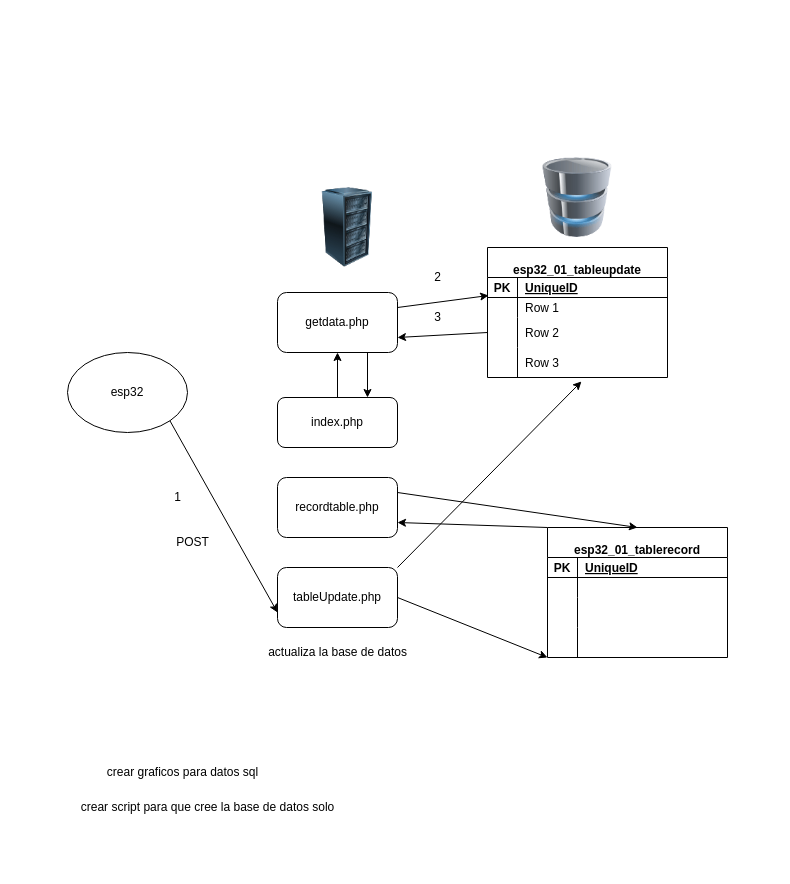
The draw.io diagram AAESTACIONM-MASTER-ASUBIR/conexion/draw.drawio in psiconervio/Esp32-Dashboard-Simplificado, before the edit. Source tidied: cells renumbered, new cells numbered last; positions are measured from the earlier drawing's top-left corner, leaving out a move shared by most shapes. Both pictures are drawn from the tidied source at 100%, with x=0, y=0 at pixel (67, 157).
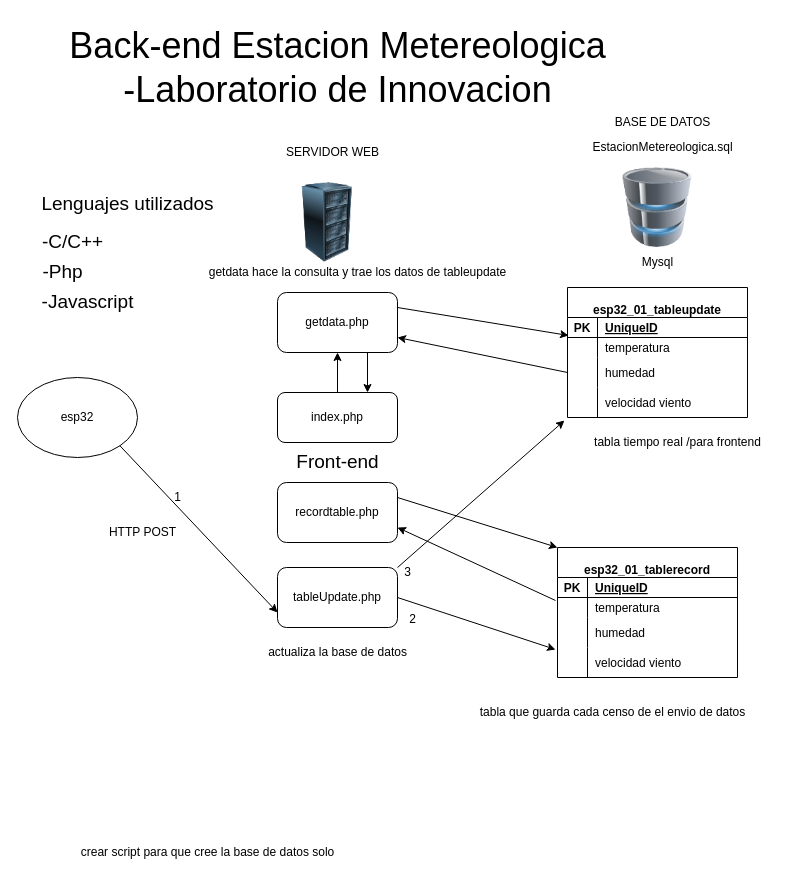
The same page after the edit.

The change refers to these unchanged cells:
```xml
<mxCell id="8" value="tableUpdate.php" style="rounded=1;whiteSpace=wrap;html=1;" parent="1" vertex="1">
  <mxGeometry x="210" y="410" width="120" height="60" as="geometry" />
</mxCell>
<mxCell id="32" style="shape=tableRow;horizontal=0;startSize=0;swimlaneHead=0;swimlaneBody=0;fillColor=none;points=[[0,0.5],[1,0.5]];portConstraint=eastwest;top=0;left=0;right=0;bottom=0;" parent="28" vertex="1">
  <mxGeometry y="50" width="180" height="20" as="geometry" />
</mxCell>
<mxCell id="35" style="shape=tableRow;horizontal=0;startSize=0;swimlaneHead=0;swimlaneBody=0;fillColor=none;points=[[0,0.5],[1,0.5]];portConstraint=eastwest;top=0;left=0;right=0;bottom=0;" parent="28" vertex="1">
  <mxGeometry y="70" width="180" height="30" as="geometry" />
</mxCell>
<mxCell id="38" style="shape=tableRow;horizontal=0;startSize=0;swimlaneHead=0;swimlaneBody=0;fillColor=none;points=[[0,0.5],[1,0.5]];portConstraint=eastwest;top=0;left=0;right=0;bottom=0;" parent="28" vertex="1">
  <mxGeometry y="100" width="180" height="30" as="geometry" />
</mxCell>
```

Change to the diagram source:
```diff
@@
     <mxCell id="2" value="esp32" style="ellipse;whiteSpace=wrap;html=1;" parent="1" vertex="1">
-      <mxGeometry y="195" width="120" height="80" as="geometry" />
+      <mxGeometry x="-50" y="220" width="120" height="80" as="geometry" />
     </mxCell>
@@
-    <mxCell id="6" style="edgeStyle=none;html=1;exitX=1;exitY=0;exitDx=0;exitDy=0;entryX=0.522;entryY=1.133;entryDx=0;entryDy=0;entryPerimeter=0;" parent="1" edge="1" source="8" target="38">
+    <mxCell id="6" style="edgeStyle=none;html=1;exitX=1;exitY=0;exitDx=0;exitDy=0;entryX=-0.017;entryY=1.1;entryDx=0;entryDy=0;entryPerimeter=0;" parent="1" edge="1" source="8" target="38">
       <mxGeometry relative="1" as="geometry" />
     </mxCell>
-    <mxCell id="7" style="edgeStyle=none;html=1;exitX=1;exitY=0.5;exitDx=0;exitDy=0;entryX=0;entryY=1;entryDx=0;entryDy=0;" parent="1" edge="1" source="8" target="15">
+    <mxCell id="7" style="edgeStyle=none;html=1;exitX=1;exitY=0.5;exitDx=0;exitDy=0;entryX=-0.011;entryY=0.067;entryDx=0;entryDy=0;entryPerimeter=0;" parent="1" edge="1" source="8" target="25">
       <mxGeometry relative="1" as="geometry" />
     </mxCell>
@@
     <mxCell id="9" style="image;html=1;image=img/lib/clip_art/computers/Server_Rack_128x128.png;" parent="1" vertex="1">
-      <mxGeometry x="240" y="30" width="80" height="80" as="geometry" />
+      <mxGeometry x="220" y="25" width="80" height="80" as="geometry" />
     </mxCell>
@@
     <mxCell id="12" style="image;html=1;image=img/lib/clip_art/computers/Database_128x128.png;" parent="1" vertex="1">
-      <mxGeometry x="470" width="80" height="80" as="geometry" />
+      <mxGeometry x="550" y="10" width="80" height="80" as="geometry" />
     </mxCell>
-    <mxCell id="13" value="POST" style="text;html=1;align=center;verticalAlign=middle;strokeColor=none;fillColor=none;" parent="1" vertex="1">
-      <mxGeometry x="95" y="370" width="60" height="30" as="geometry" />
+    <mxCell id="13" value="HTTP POST" style="text;html=1;align=center;verticalAlign=middle;strokeColor=none;fillColor=none;" parent="1" vertex="1">
+      <mxGeometry x="30" y="360" width="90" height="30" as="geometry" />
     </mxCell>
-    <mxCell id="14" style="edgeStyle=none;html=1;exitX=0;exitY=0;exitDx=0;exitDy=0;entryX=1;entryY=0.75;entryDx=0;entryDy=0;" parent="1" edge="1" source="15" target="42">
+    <mxCell id="14" style="edgeStyle=none;html=1;exitX=-0.011;exitY=1.15;exitDx=0;exitDy=0;entryX=1;entryY=0.75;entryDx=0;entryDy=0;exitPerimeter=0;" parent="1" edge="1" source="16" target="42">
       <mxGeometry relative="1" as="geometry" />
     </mxCell>
-    <mxCell id="15" value="&#10;esp32_01_tablerecord" style="shape=table;startSize=30;childLayout=tableLayout;rowLines=0;fontStyle=1;align=center;" parent="1" vertex="1">
-      <mxGeometry x="480" y="370" width="180" height="130" as="geometry" />
-    </mxCell>
-    <mxCell id="16" style="shape=tableRow;horizontal=0;startSize=0;swimlaneHead=0;swimlaneBody=0;fillColor=none;points=[[0,0.5],[1,0.5]];portConstraint=eastwest;top=0;left=0;right=0;bottom=1;" parent="15" vertex="1">
-      <mxGeometry y="30" width="180" height="20" as="geometry" />
-    </mxCell>
-    <mxCell id="17" value="PK" style="shape=partialRectangle;fillColor=none;top=0;left=0;bottom=0;right=0;fontStyle=1;overflow=hidden;" parent="16" vertex="1">
-      <mxGeometry width="30" height="20" as="geometry" />
-    </mxCell>
-    <mxCell id="18" value="UniqueID" style="shape=partialRectangle;fillColor=none;top=0;left=0;bottom=0;right=0;align=left;spacingLeft=6;fontStyle=5;overflow=hidden;" parent="16" vertex="1">
-      <mxGeometry x="30" width="150" height="20" as="geometry" />
-    </mxCell>
-    <mxCell id="19" style="shape=tableRow;horizontal=0;startSize=0;swimlaneHead=0;swimlaneBody=0;fillColor=none;top=0;left=0;right=0;bottom=0;" parent="15" vertex="1">
-      <mxGeometry y="50" width="180" height="20" as="geometry" />
-    </mxCell>
-    <mxCell id="20" style="shape=partialRectangle;fillColor=none;top=0;left=0;bottom=0;right=0;overflow=hidden;" parent="19" vertex="1">
-      <mxGeometry width="30" height="20" as="geometry" />
-    </mxCell>
-    <mxCell id="21" style="shape=partialRectangle;fillColor=none;top=0;left=0;bottom=0;right=0;align=left;spacingLeft=6;overflow=hidden;" parent="19" vertex="1">
-      <mxGeometry x="30" width="150" height="20" as="geometry" />
-    </mxCell>
-    <mxCell id="22" style="shape=tableRow;horizontal=0;startSize=0;swimlaneHead=0;swimlaneBody=0;fillColor=none;top=0;left=0;right=0;bottom=0;" parent="15" vertex="1">
-      <mxGeometry y="70" width="180" height="30" as="geometry" />
-    </mxCell>
-    <mxCell id="23" style="shape=partialRectangle;fillColor=none;top=0;left=0;bottom=0;right=0;overflow=hidden;" parent="22" vertex="1">
-      <mxGeometry width="30" height="30" as="geometry" />
-    </mxCell>
-    <mxCell id="24" style="shape=partialRectangle;fillColor=none;top=0;left=0;bottom=0;right=0;align=left;spacingLeft=6;overflow=hidden;" parent="22" vertex="1">
-      <mxGeometry x="30" width="150" height="30" as="geometry" />
-    </mxCell>
-    <mxCell id="25" style="shape=tableRow;horizontal=0;startSize=0;swimlaneHead=0;swimlaneBody=0;fillColor=none;points=[[0,0.5],[1,0.5]];portConstraint=eastwest;top=0;left=0;right=0;bottom=0;" parent="15" vertex="1">
-      <mxGeometry y="100" width="180" height="30" as="geometry" />
-    </mxCell>
-    <mxCell id="26" style="shape=partialRectangle;fillColor=none;top=0;left=0;bottom=0;right=0;overflow=hidden;" parent="25" vertex="1">
-      <mxGeometry width="30" height="30" as="geometry" />
-    </mxCell>
-    <mxCell id="27" style="shape=partialRectangle;fillColor=none;top=0;left=0;bottom=0;right=0;align=left;spacingLeft=6;overflow=hidden;" parent="25" vertex="1">
-      <mxGeometry x="30" width="150" height="30" as="geometry" />
-    </mxCell>
     <mxCell id="28" value="&#10;esp32_01_tableupdate" style="shape=table;startSize=30;childLayout=tableLayout;rowLines=0;fontStyle=1;align=center;" parent="1" vertex="1">
-      <mxGeometry x="420" y="90" width="180" height="130" as="geometry" />
+      <mxGeometry x="500" y="130" width="180" height="130" as="geometry" />
     </mxCell>
@@
-    <mxCell id="34" value="Row 1" style="shape=partialRectangle;fillColor=none;top=0;left=0;bottom=0;right=0;align=left;spacingLeft=6;overflow=hidden;" parent="32" vertex="1">
+    <mxCell id="34" value="temperatura" style="shape=partialRectangle;fillColor=none;top=0;left=0;bottom=0;right=0;align=left;spacingLeft=6;overflow=hidden;" parent="32" vertex="1">
       <mxGeometry x="30" width="150" height="20" as="geometry" />
     </mxCell>
@@
-    <mxCell id="37" value="Row 2" style="shape=partialRectangle;fillColor=none;top=0;left=0;bottom=0;right=0;align=left;spacingLeft=6;overflow=hidden;" parent="35" vertex="1">
+    <mxCell id="37" value="humedad" style="shape=partialRectangle;fillColor=none;top=0;left=0;bottom=0;right=0;align=left;spacingLeft=6;overflow=hidden;" parent="35" vertex="1">
       <mxGeometry x="30" width="150" height="30" as="geometry" />
     </mxCell>
@@
-    <mxCell id="40" value="Row 3" style="shape=partialRectangle;fillColor=none;top=0;left=0;bottom=0;right=0;align=left;spacingLeft=6;overflow=hidden;" parent="38" vertex="1">
+    <mxCell id="40" value="velocidad viento" style="shape=partialRectangle;fillColor=none;top=0;left=0;bottom=0;right=0;align=left;spacingLeft=6;overflow=hidden;" parent="38" vertex="1">
       <mxGeometry x="30" width="150" height="30" as="geometry" />
     </mxCell>
-    <mxCell id="41" style="edgeStyle=none;html=1;exitX=1;exitY=0.25;exitDx=0;exitDy=0;entryX=0.5;entryY=0;entryDx=0;entryDy=0;" parent="1" edge="1" source="42" target="15">
+    <mxCell id="41" style="edgeStyle=none;html=1;exitX=1;exitY=0.25;exitDx=0;exitDy=0;entryX=0;entryY=0;entryDx=0;entryDy=0;" parent="1" edge="1" source="42" target="15">
       <mxGeometry relative="1" as="geometry" />
     </mxCell>
     <mxCell id="42" value="recordtable.php" style="rounded=1;whiteSpace=wrap;html=1;" parent="1" vertex="1">
-      <mxGeometry x="210" y="320" width="120" height="60" as="geometry" />
+      <mxGeometry x="210" y="325" width="120" height="60" as="geometry" />
     </mxCell>
@@
     <mxCell id="44" value="index.php" style="rounded=1;whiteSpace=wrap;html=1;" parent="1" vertex="1">
-      <mxGeometry x="210" y="240" width="120" height="50" as="geometry" />
+      <mxGeometry x="210" y="235" width="120" height="50" as="geometry" />
     </mxCell>
@@
-    <mxCell id="46" value="2" style="text;html=1;align=center;verticalAlign=middle;strokeColor=none;fillColor=none;" parent="1" vertex="1">
-      <mxGeometry x="355" y="105" width="30" height="30" as="geometry" />
-    </mxCell>
-    <mxCell id="47" value="3" style="text;html=1;align=center;verticalAlign=middle;strokeColor=none;fillColor=none;" parent="1" vertex="1">
-      <mxGeometry x="355" y="145" width="30" height="30" as="geometry" />
-    </mxCell>
@@
     <mxCell id="49" value="crear script para que cree la base de datos solo" style="text;html=1;align=center;verticalAlign=middle;strokeColor=none;fillColor=none;" parent="1" vertex="1">
-      <mxGeometry y="635" width="280" height="30" as="geometry" />
+      <mxGeometry y="680" width="280" height="30" as="geometry" />
     </mxCell>
-    <mxCell id="50" value="crear graficos para datos sql" style="text;html=1;align=center;verticalAlign=middle;strokeColor=none;fillColor=none;" parent="1" vertex="1">
-      <mxGeometry x="30" y="600" width="170" height="30" as="geometry" />
+    <mxCell id="50" value="SERVIDOR WEB" style="text;html=1;align=center;verticalAlign=middle;strokeColor=none;fillColor=none;" parent="1" vertex="1">
+      <mxGeometry x="205" y="-20" width="120" height="30" as="geometry" />
     </mxCell>
+    <mxCell id="51" value="BASE DE DATOS" style="text;html=1;align=center;verticalAlign=middle;strokeColor=none;fillColor=none;" parent="1" vertex="1">
+      <mxGeometry x="535" y="-50" width="120" height="30" as="geometry" />
+    </mxCell>
+    <mxCell id="52" value="Mysql" style="text;html=1;align=center;verticalAlign=middle;strokeColor=none;fillColor=none;" parent="1" vertex="1">
+      <mxGeometry x="565" y="90" width="50" height="30" as="geometry" />
+    </mxCell>
+    <mxCell id="53" value="EstacionMetereologica.sql" style="text;html=1;align=center;verticalAlign=middle;strokeColor=none;fillColor=none;" parent="1" vertex="1">
+      <mxGeometry x="515" y="-25" width="160" height="30" as="geometry" />
+    </mxCell>
+    <mxCell id="15" value="&#10;esp32_01_tablerecord" style="shape=table;startSize=30;childLayout=tableLayout;rowLines=0;fontStyle=1;align=center;" parent="1" vertex="1">
+      <mxGeometry x="490" y="390" width="180" height="130" as="geometry" />
+    </mxCell>
+    <mxCell id="16" style="shape=tableRow;horizontal=0;startSize=0;swimlaneHead=0;swimlaneBody=0;fillColor=none;points=[[0,0.5],[1,0.5]];portConstraint=eastwest;top=0;left=0;right=0;bottom=1;" parent="15" vertex="1">
+      <mxGeometry y="30" width="180" height="20" as="geometry" />
+    </mxCell>
+    <mxCell id="17" value="PK" style="shape=partialRectangle;fillColor=none;top=0;left=0;bottom=0;right=0;fontStyle=1;overflow=hidden;" parent="16" vertex="1">
+      <mxGeometry width="30" height="20" as="geometry" />
+    </mxCell>
+    <mxCell id="18" value="UniqueID" style="shape=partialRectangle;fillColor=none;top=0;left=0;bottom=0;right=0;align=left;spacingLeft=6;fontStyle=5;overflow=hidden;" parent="16" vertex="1">
+      <mxGeometry x="30" width="150" height="20" as="geometry" />
+    </mxCell>
+    <mxCell id="19" style="shape=tableRow;horizontal=0;startSize=0;swimlaneHead=0;swimlaneBody=0;fillColor=none;top=0;left=0;right=0;bottom=0;" parent="15" vertex="1">
+      <mxGeometry y="50" width="180" height="20" as="geometry" />
+    </mxCell>
+    <mxCell id="20" style="shape=partialRectangle;fillColor=none;top=0;left=0;bottom=0;right=0;overflow=hidden;" parent="19" vertex="1">
+      <mxGeometry width="30" height="20" as="geometry" />
+    </mxCell>
+    <mxCell id="54" value="temperatura" style="shape=partialRectangle;fillColor=none;top=0;left=0;bottom=0;right=0;align=left;spacingLeft=6;overflow=hidden;" parent="19" vertex="1">
+      <mxGeometry x="30" width="150" height="20" as="geometry" />
+    </mxCell>
+    <mxCell id="22" style="shape=tableRow;horizontal=0;startSize=0;swimlaneHead=0;swimlaneBody=0;fillColor=none;top=0;left=0;right=0;bottom=0;" parent="15" vertex="1">
+      <mxGeometry y="70" width="180" height="30" as="geometry" />
+    </mxCell>
+    <mxCell id="55" style="shape=partialRectangle;fillColor=none;top=0;left=0;bottom=0;right=0;overflow=hidden;" parent="22" vertex="1">
+      <mxGeometry width="30" height="30" as="geometry" />
+    </mxCell>
+    <mxCell id="56" value="humedad" style="shape=partialRectangle;fillColor=none;top=0;left=0;bottom=0;right=0;align=left;spacingLeft=6;overflow=hidden;" parent="22" vertex="1">
+      <mxGeometry x="30" width="150" height="30" as="geometry" />
+    </mxCell>
+    <mxCell id="25" style="shape=tableRow;horizontal=0;startSize=0;swimlaneHead=0;swimlaneBody=0;fillColor=none;points=[[0,0.5],[1,0.5]];portConstraint=eastwest;top=0;left=0;right=0;bottom=0;" parent="15" vertex="1">
+      <mxGeometry y="100" width="180" height="30" as="geometry" />
+    </mxCell>
+    <mxCell id="57" style="shape=partialRectangle;fillColor=none;top=0;left=0;bottom=0;right=0;overflow=hidden;" parent="25" vertex="1">
+      <mxGeometry width="30" height="30" as="geometry" />
+    </mxCell>
+    <mxCell id="58" value="velocidad viento" style="shape=partialRectangle;fillColor=none;top=0;left=0;bottom=0;right=0;align=left;spacingLeft=6;overflow=hidden;" parent="25" vertex="1">
+      <mxGeometry x="30" width="150" height="30" as="geometry" />
+    </mxCell>
+    <mxCell id="59" value="tabla que guarda cada censo de el envio de datos" style="text;html=1;align=center;verticalAlign=middle;strokeColor=none;fillColor=none;" parent="1" vertex="1">
+      <mxGeometry x="400" y="540" width="290" height="30" as="geometry" />
+    </mxCell>
+    <mxCell id="60" value="tabla tiempo real /para frontend" style="text;html=1;align=center;verticalAlign=middle;strokeColor=none;fillColor=none;" parent="1" vertex="1">
+      <mxGeometry x="515" y="270" width="190" height="30" as="geometry" />
+    </mxCell>
+    <mxCell id="61" value="Back-end Estacion Metereologica&lt;br&gt;-Laboratorio de Innovacion" style="text;html=1;align=center;verticalAlign=middle;strokeColor=none;fillColor=none;fontSize=36;" parent="1" vertex="1">
+      <mxGeometry x="-10" y="-140" width="560" height="100" as="geometry" />
+    </mxCell>
+    <mxCell id="62" value="&lt;font style=&quot;font-size: 19px;&quot;&gt;Lenguajes utilizados&lt;/font&gt;" style="text;html=1;align=center;verticalAlign=middle;strokeColor=none;fillColor=none;fontSize=36;" parent="1" vertex="1">
+      <mxGeometry x="-40" y="10" width="200" height="60" as="geometry" />
+    </mxCell>
+    <mxCell id="63" value="-C/C++" style="text;html=1;align=center;verticalAlign=middle;strokeColor=none;fillColor=none;fontSize=19;" parent="1" vertex="1">
+      <mxGeometry x="-35" y="65" width="80" height="40" as="geometry" />
+    </mxCell>
+    <mxCell id="64" value="-Php" style="text;html=1;align=center;verticalAlign=middle;strokeColor=none;fillColor=none;fontSize=19;" parent="1" vertex="1">
+      <mxGeometry x="-35" y="95" width="60" height="40" as="geometry" />
+    </mxCell>
+    <mxCell id="65" value="-Javascript" style="text;html=1;align=center;verticalAlign=middle;strokeColor=none;fillColor=none;fontSize=19;" parent="1" vertex="1">
+      <mxGeometry x="-40" y="125" width="120" height="40" as="geometry" />
+    </mxCell>
+    <mxCell id="66" value="Front-end" style="text;html=1;align=center;verticalAlign=middle;strokeColor=none;fillColor=none;fontSize=19;" parent="1" vertex="1">
+      <mxGeometry x="215" y="285" width="110" height="40" as="geometry" />
+    </mxCell>
+    <mxCell id="46" value="&lt;font style=&quot;font-size: 12px;&quot;&gt;2&lt;/font&gt;" style="text;html=1;align=center;verticalAlign=middle;strokeColor=none;fillColor=none;fontSize=19;" parent="1" vertex="1">
+      <mxGeometry x="330" y="440" width="30" height="40" as="geometry" />
+    </mxCell>
+    <mxCell id="47" value="3" style="text;html=1;align=center;verticalAlign=middle;strokeColor=none;fillColor=none;fontSize=12;" parent="1" vertex="1">
+      <mxGeometry x="325" y="400" width="30" height="30" as="geometry" />
+    </mxCell>
+    <mxCell id="67" value="getdata hace la consulta y trae los datos de tableupdate" style="text;html=1;align=center;verticalAlign=middle;strokeColor=none;fillColor=none;fontSize=12;" parent="1" vertex="1">
+      <mxGeometry x="130" y="100" width="320" height="30" as="geometry" />
+    </mxCell>
```
